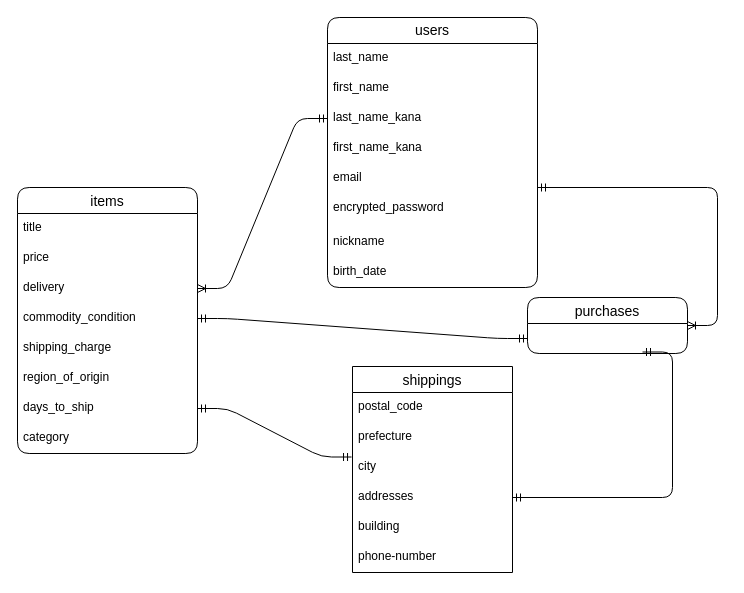
The draw.io diagram furima.dio in suzukazu696969/furima-38767, before the edit. Source tidied: cells renumbered, new cells numbered last; positions are measured from the earlier drawing's top-left corner, leaving out a move shared by most shapes. Both pictures are drawn from the tidied source at 100%, with x=0, y=0 at pixel (17, 17).
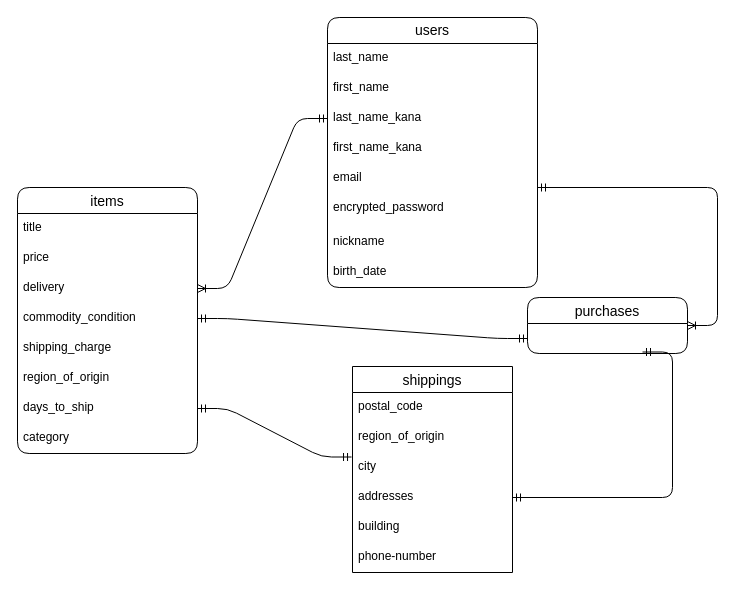
The same diagram, later.

Commit message (it also covers changes not shown here):
README,ハイフン修正

The change refers to these unchanged cells:
```xml
<mxCell id="13" value="shippings" style="swimlane;fontStyle=0;horizontal=1;startSize=26;align=center;fontSize=14;" parent="1" vertex="1">
  <mxGeometry x="335" y="349" width="160" height="206" as="geometry" />
</mxCell>
```

The edit, as a diff of the source:
```diff
@@
-    <mxCell id="15" value="prefecture" style="text;strokeColor=none;fillColor=none;spacingLeft=4;spacingRight=4;overflow=hidden;fontSize=12;" parent="13" vertex="1">
+    <mxCell id="15" value="region_of_origin" style="text;strokeColor=none;fillColor=none;spacingLeft=4;spacingRight=4;overflow=hidden;fontSize=12;" parent="13" vertex="1">
       <mxGeometry y="56" width="160" height="30" as="geometry" />
     </mxCell>
```
